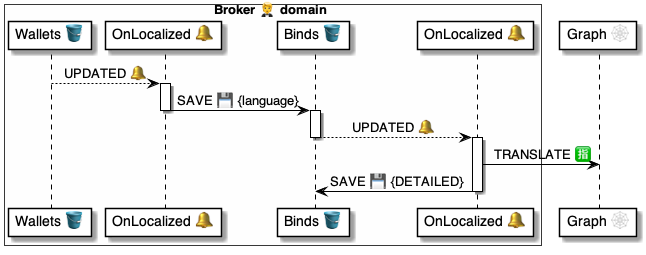
Before: 4 ⚙️ Solution/20 🧑‍🦰 UI/Brokers 🤵/🤵🪣 Broker tables/Binds 🔗 table/🪣🧱 5 Localized 🔔 event/🤵 OnBindLocalized ⚙️ uml.png, a diagram exported from PlantUML (pollyweb-org/pollyweb-docs). Its source is kept beside it as 4 ⚙️ Solution/20 🧑‍🦰 UI/Brokers 🤵/🤵🪣 Broker tables/Binds 🔗 table/🪣🧱 5 Localized 🔔 event/🤵 OnBindLocalized ⚙️ uml.puml. Source of this version:
```plantuml
@startuml OnBindLocalized


box Broker 🤵 domain #FFFFFA
    participant "Wallets 🪣" as wallets
    participant "OnLocalized 🔔" as script
    participant "Binds 🪣" as binds
    participant "OnLocalized 🔔" as handler
end box


participant "Graph 🕸" as graph

wallets --> script: UPDATED 🔔
activate script
    script -> binds: SAVE 💾 {language}
deactivate script

activate binds
    binds --> handler: UPDATED 🔔
deactivate binds

activate handler
    handler -> graph: TRANSLATE 🈯
    handler -> binds: SAVE 💾 {DETAILED}
deactivate handler


@enduml
```
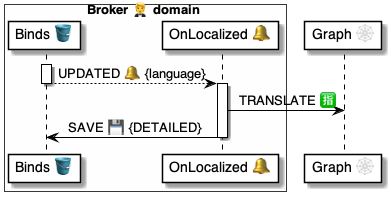
Later version of the same file.

Change to the diagram source:
```diff
@@ -2,22 +2,15 @@
 
 
 box Broker 🤵 domain #FFFFFA
-    participant "Wallets 🪣" as wallets
-    participant "OnLocalized 🔔" as script
     participant "Binds 🪣" as binds
     participant "OnLocalized 🔔" as handler
 end box
+participant "Graph 🕸" as graph
 
 
-participant "Graph 🕸" as graph
-
-wallets --> script: UPDATED 🔔
-activate script
-    script -> binds: SAVE 💾 {language}
-deactivate script
 
 activate binds
-    binds --> handler: UPDATED 🔔
+    binds --> handler: UPDATED 🔔 {language}
 deactivate binds
 
 activate handler
```
